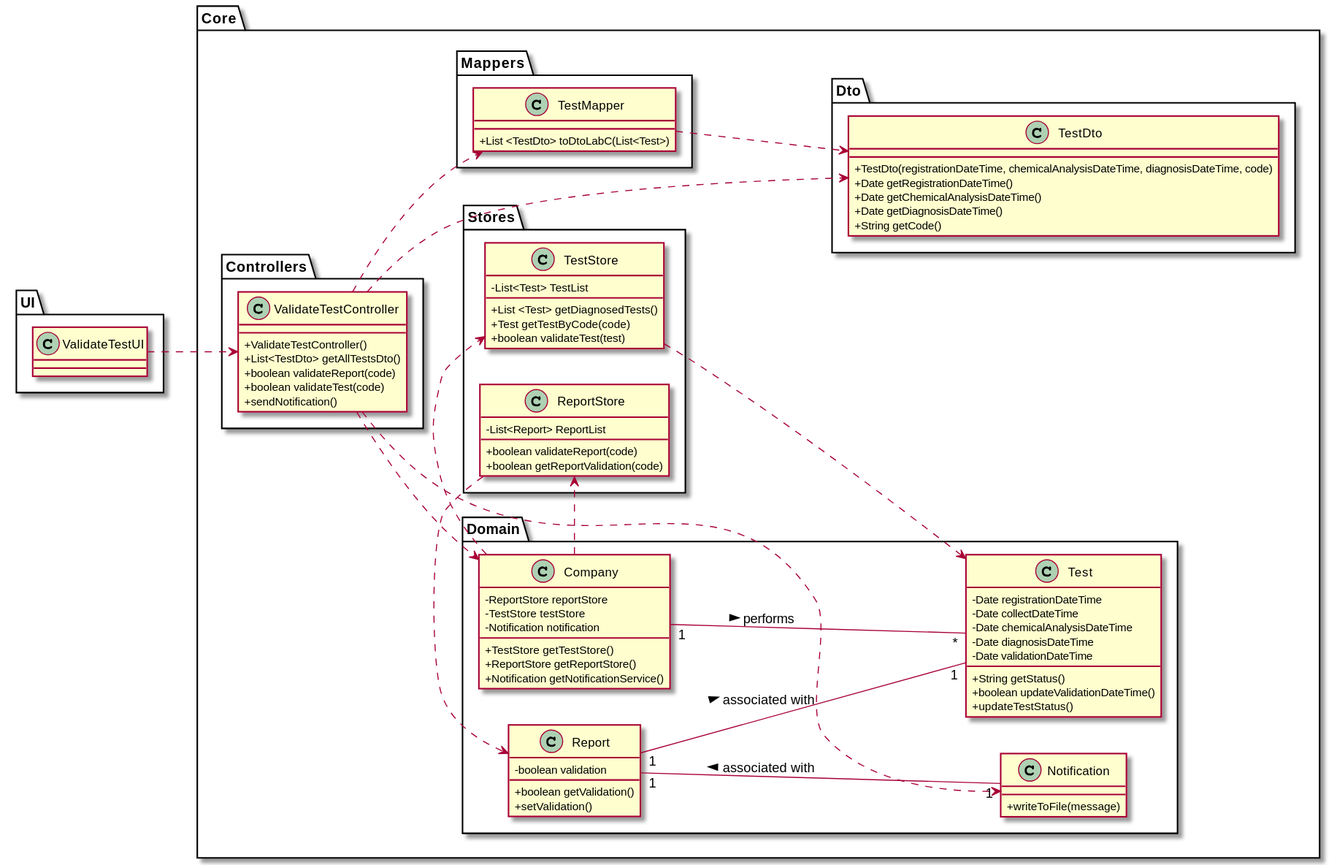
Earlier version of the PlantUML export docs/SprintC/US15/US15-CD.svg (0franciscor/lei-21-s2-1de-g19).
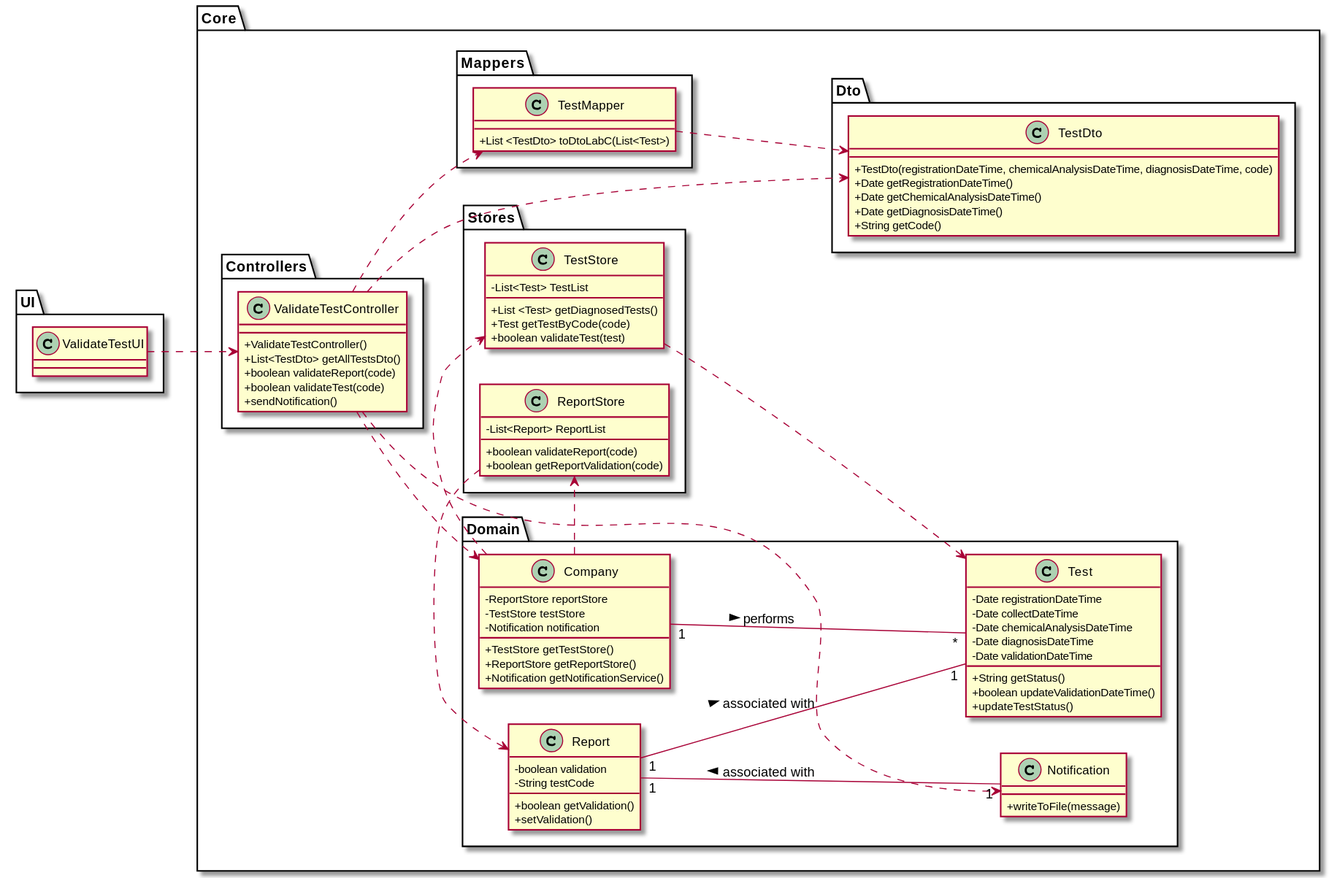
The same file after the commit.

Commit message:
[US15] - Acréscimo de comentários na class Notification.

The edit, as a diff of the source:
```diff
@@ -27,6 +27,7 @@
 
 class "Report" as R{
 -boolean validation
+-String testCode
 +boolean getValidation()
 +setValidation()
 }
```
